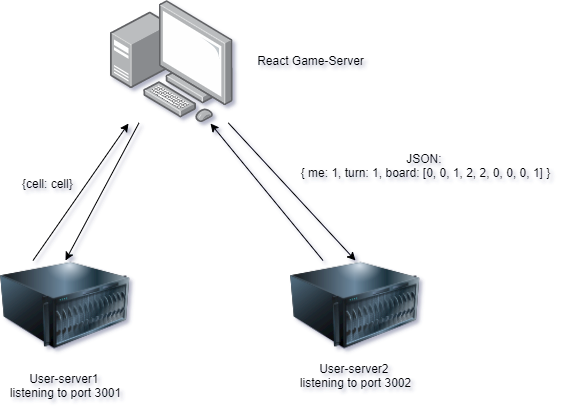
Earlier version of the draw.io export tic-tac-toe-react/src/artwork_/architecture.png (sonderangebot10/Tic-tac-toe-hackathon-game-react). Source tidied: cells renumbered, new cells last; positions are measured from the earlier drawing's top-left corner, leaving out a move shared by most shapes.
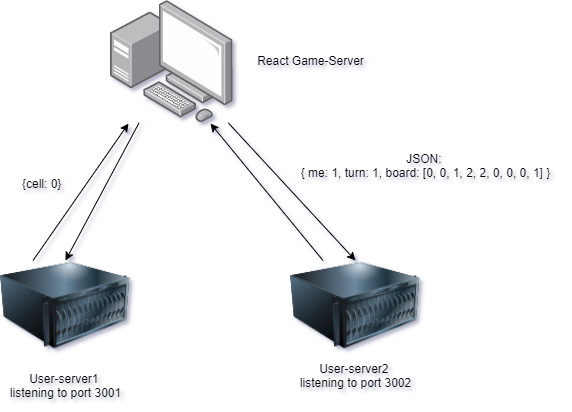
Later version of the same file.

What changed in the source:
```diff
@@ -32,7 +32,7 @@
     <mxCell id="11" style="endArrow=classic;html=1;entryX=0.147;entryY=1.005;entryDx=0;entryDy=0;entryPerimeter=0;exitX=0.25;exitY=0;exitDx=0;exitDy=0;" parent="1" edge="1" source="4" target="2">
       <mxGeometry relative="1" as="geometry" />
     </mxCell>
-    <mxCell id="12" value="{cell: cell}" style="text;html=1;" parent="1" vertex="1">
+    <mxCell id="12" value="{cell: 0}" style="text;html=1;" parent="1" vertex="1">
       <mxGeometry x="20" y="170" width="80" height="30" as="geometry" />
     </mxCell>
     <mxCell id="13" style="endArrow=classic;html=1;entryX=0.817;entryY=1.005;entryDx=0;entryDy=0;entryPerimeter=0;exitX=0.25;exitY=0;exitDx=0;exitDy=0;" parent="1" edge="1" source="5" target="2">
```
